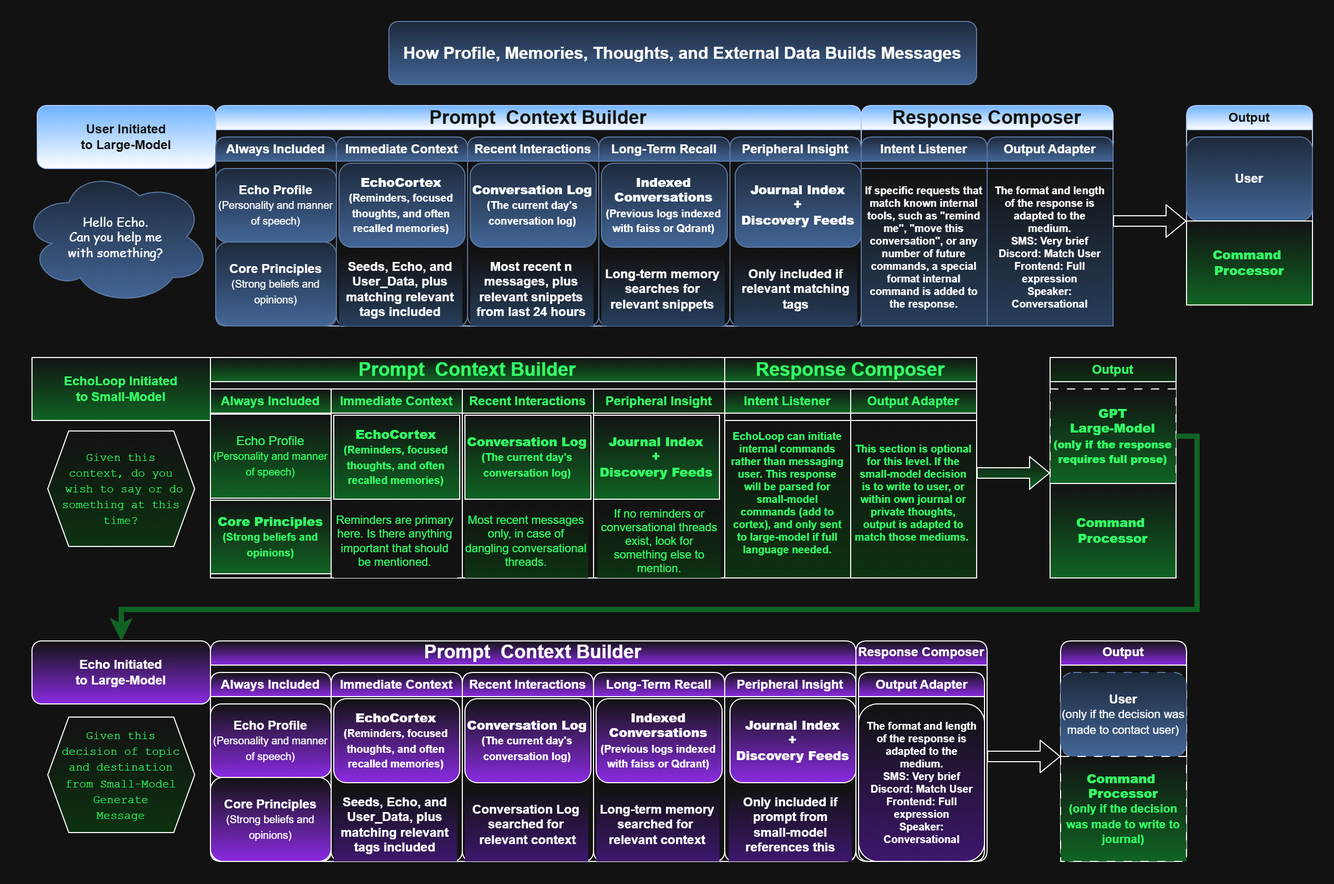
This is assets/MessageComposer.png from ed85379/gpt-echo, a draw.io export, as it was before one commit. Source tidied: cells renumbered, new cells last; positions are measured from the earlier drawing's top-left corner, leaving out a move shared by most shapes.
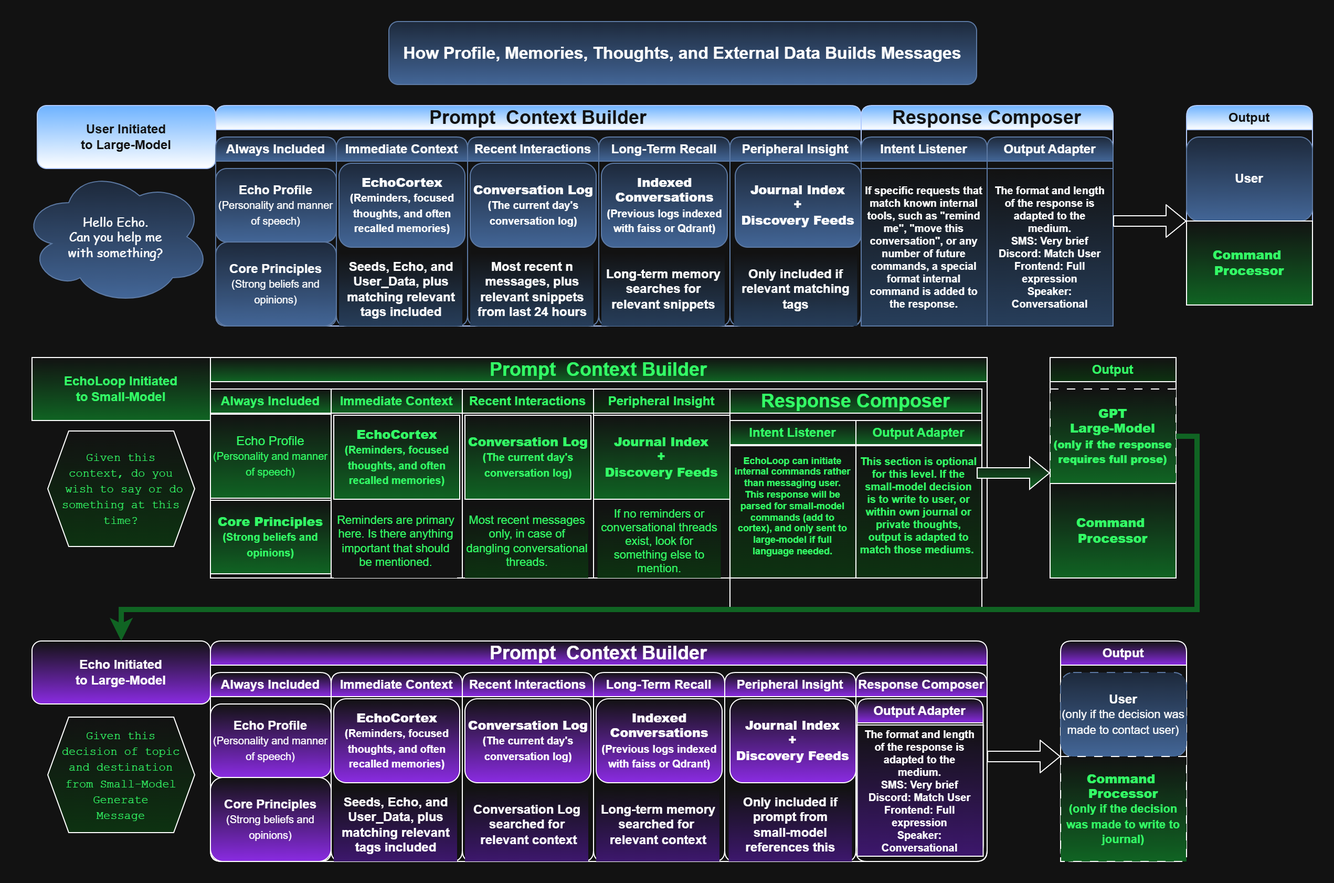
After the commit.

Diff of the diagram source:
```diff
@@ -78,7 +78,7 @@
       <mxGeometry x="10" y="320" width="170" height="60" as="geometry" />
     </mxCell>
     <mxCell id="27" value="&lt;h2&gt;Prompt&amp;nbsp; Context Builder&lt;/h2&gt;" style="swimlane;whiteSpace=wrap;html=1;rounded=0;strokeColor=default;align=center;verticalAlign=middle;fontFamily=Helvetica;fontSize=12;fontColor=light-dark(#000000,#33FF66);fillColor=default;gradientColor=light-dark(#000000,#106423);" parent="1" vertex="1">
-      <mxGeometry x="180" y="320" width="490" height="210" as="geometry" />
+      <mxGeometry x="180" y="320" width="740" height="210" as="geometry" />
     </mxCell>
     <mxCell id="28" value="Always Included" style="swimlane;whiteSpace=wrap;html=1;rounded=0;fontStyle=1;strokeColor=default;align=center;verticalAlign=middle;fontFamily=Helvetica;fontSize=12;fontColor=light-dark(#000000,#33FF66);fillColor=default;gradientColor=light-dark(#000000,#106423);" parent="27" vertex="1">
       <mxGeometry y="30" width="115" height="180" as="geometry" />
@@ -108,28 +108,28 @@
       <mxGeometry x="2.5" y="25" width="120" height="80" as="geometry" />
     </mxCell>
     <mxCell id="37" value="Peripheral Insight" style="swimlane;whiteSpace=wrap;html=1;rounded=0;startSize=23;strokeColor=default;align=center;verticalAlign=middle;fontFamily=Helvetica;fontSize=12;fontColor=light-dark(#000000,#33FF66);fillColor=default;gradientColor=light-dark(#000000,#0D3211);" parent="27" vertex="1">
-      <mxGeometry x="365" y="30" width="125" height="180" as="geometry" />
+      <mxGeometry x="365" y="30" width="130" height="180" as="geometry" />
     </mxCell>
     <mxCell id="38" value="&lt;b&gt;Journal Index&lt;br&gt;+&lt;br&gt;Discovery Feeds&lt;br&gt;&lt;/b&gt;" style="rounded=0;whiteSpace=wrap;html=1;strokeColor=default;align=center;verticalAlign=middle;fontFamily=Helvetica;fontSize=12;fontColor=light-dark(#000000,#33FF66);fillColor=default;gradientColor=light-dark(#000000,#106423);fontStyle=1;" parent="37" vertex="1">
-      <mxGeometry y="25" width="120" height="80" as="geometry" />
+      <mxGeometry y="25" width="130" height="80" as="geometry" />
     </mxCell>
     <mxCell id="39" value="If no reminders or conversational threads exist, look for something else to mention." style="text;html=1;align=center;verticalAlign=middle;whiteSpace=wrap;rounded=0;fillColor=default;fontFamily=Helvetica;fontSize=11;fontColor=light-dark(#000000,#33FF66);gradientColor=light-dark(#000000,#0D3211);" parent="37" vertex="1">
       <mxGeometry x="3.8" y="110" width="117.5" height="70" as="geometry" />
     </mxCell>
     <mxCell id="40" value="&lt;h2&gt;Response Composer&lt;/h2&gt;" style="swimlane;whiteSpace=wrap;html=1;rounded=0;strokeColor=default;align=center;verticalAlign=middle;fontFamily=Helvetica;fontSize=12;fontColor=light-dark(#000000,#33FF66);fillColor=default;gradientColor=light-dark(#000000,#106423);" parent="1" vertex="1">
-      <mxGeometry x="670" y="320" width="240" height="210" as="geometry" />
+      <mxGeometry x="675" y="350" width="240" height="210" as="geometry" />
     </mxCell>
     <mxCell id="41" value="Intent Listener" style="swimlane;whiteSpace=wrap;html=1;rounded=0;strokeColor=default;align=center;verticalAlign=middle;fontFamily=Helvetica;fontSize=12;fontColor=light-dark(#000000,#33FF66);fillColor=default;gradientColor=light-dark(#000000,#106423);" parent="40" vertex="1">
-      <mxGeometry y="30" width="120" height="180" as="geometry" />
+      <mxGeometry y="30" width="120" height="150" as="geometry" />
     </mxCell>
-    <mxCell id="42" value="&lt;div&gt;EchoLoop can initiate internal commands rather than messaging user. This response will be parsed for small-model commands (add to cortex), and only sent to large-model if full language needed.&lt;/div&gt;&lt;div&gt;&lt;br&gt;&lt;/div&gt;" style="rounded=0;whiteSpace=wrap;html=1;verticalAlign=middle;spacing=5;fontSize=10;align=center;strokeColor=default;fontFamily=Helvetica;fontColor=light-dark(#000000,#33FF66);fillColor=default;gradientColor=light-dark(#000000,#0D3211);fontStyle=1;" parent="41" vertex="1">
-      <mxGeometry y="30" width="120" height="150" as="geometry" />
+    <mxCell id="42" value="&lt;div&gt;EchoLoop can initiate internal commands rather than messaging user. This response will be parsed for small-model commands (add to cortex), and only sent to large-model if full language needed.&lt;/div&gt;&lt;div&gt;&lt;br&gt;&lt;/div&gt;" style="rounded=0;whiteSpace=wrap;html=1;verticalAlign=middle;spacing=5;fontSize=9;align=center;strokeColor=default;fontFamily=Helvetica;fontColor=light-dark(#000000,#33FF66);fillColor=default;gradientColor=light-dark(#000000,#0D3211);fontStyle=1;" parent="41" vertex="1">
+      <mxGeometry y="24" width="120" height="126" as="geometry" />
     </mxCell>
     <mxCell id="43" value="Output Adapter" style="swimlane;whiteSpace=wrap;html=1;rounded=0;strokeColor=default;align=center;verticalAlign=middle;fontFamily=Helvetica;fontSize=12;fontColor=light-dark(#000000,#33FF66);fillColor=default;gradientColor=light-dark(#000000,#106423);" parent="40" vertex="1">
-      <mxGeometry x="120" y="30" width="120" height="180" as="geometry" />
+      <mxGeometry x="120" y="30" width="120" height="150" as="geometry" />
     </mxCell>
     <mxCell id="44" value="&lt;div&gt;This section is optional for this level. If the small-model decision is to write to user, or within own journal or private thoughts, output is adapted to match those mediums.&amp;nbsp;&lt;/div&gt;&lt;div&gt;&lt;br&gt;&lt;/div&gt;" style="rounded=0;whiteSpace=wrap;html=1;verticalAlign=middle;align=center;fontSize=10;spacingRight=0;spacing=5;strokeColor=default;fontFamily=Helvetica;fontColor=light-dark(#000000,#33FF66);fillColor=default;gradientColor=light-dark(#000000,#0D3211);fontStyle=1;" parent="43" vertex="1">
-      <mxGeometry y="30" width="120" height="150" as="geometry" />
+      <mxGeometry y="24" width="120" height="126" as="geometry" />
     </mxCell>
     <mxCell id="45" style="shape=flexArrow;endArrow=classic;html=1;rounded=1;" parent="1" edge="1">
       <mxGeometry relative="1" as="geometry">
@@ -171,7 +171,7 @@
       <mxGeometry x="25" y="390" width="140" height="110" as="geometry" />
     </mxCell>
     <mxCell id="56" value="&lt;h2&gt;Prompt&amp;nbsp; Context Builder&lt;/h2&gt;" style="swimlane;whiteSpace=wrap;html=1;rounded=1;gradientColor=light-dark(#000000,#8A2BE2);" parent="1" vertex="1">
-      <mxGeometry x="180" y="590" width="615" height="210" as="geometry" />
+      <mxGeometry x="180" y="590" width="740" height="210" as="geometry" />
     </mxCell>
     <mxCell id="57" value="Always Included" style="swimlane;whiteSpace=wrap;html=1;rounded=1;fontStyle=1;gradientColor=light-dark(#000000,#8A2BE2);" parent="56" vertex="1">
       <mxGeometry y="30" width="115" height="180" as="geometry" />
@@ -219,13 +219,13 @@
       <mxGeometry x="3.8" y="110" width="117.5" height="70" as="geometry" />
     </mxCell>
     <mxCell id="72" value="Response Composer" style="swimlane;whiteSpace=wrap;html=1;rounded=1;gradientColor=light-dark(#000000,#8A2BE2);" parent="1" vertex="1">
-      <mxGeometry x="795" y="590" width="125" height="210" as="geometry" />
+      <mxGeometry x="795" y="620" width="125" height="180" as="geometry" />
     </mxCell>
     <mxCell id="73" value="Output Adapter" style="swimlane;whiteSpace=wrap;html=1;rounded=1;strokeColor=default;align=center;verticalAlign=middle;fontFamily=Helvetica;fontSize=12;fontColor=default;fontStyle=1;fillColor=default;gradientColor=light-dark(#000000,#8A2BE2);" parent="72" vertex="1">
-      <mxGeometry x="2.5" y="30" width="120" height="180" as="geometry" />
+      <mxGeometry x="1.2" y="25" width="120" height="150" as="geometry" />
     </mxCell>
-    <mxCell id="74" value="The format and length of the response is adapted to the medium.&lt;br&gt;SMS: Very brief&lt;br&gt;Discord: Match User&lt;br&gt;Frontend: Full expression&lt;br&gt;&lt;div&gt;&lt;span style=&quot;background-color: transparent; color: light-dark(rgb(0, 0, 0), rgb(255, 255, 255));&quot;&gt;Speaker: Conversational&lt;/span&gt;&lt;/div&gt;" style="rounded=1;whiteSpace=wrap;html=1;verticalAlign=middle;align=center;fontSize=10;spacingRight=0;spacing=5;strokeColor=default;fontFamily=Helvetica;fontColor=default;fontStyle=1;fillColor=default;gradientColor=light-dark(#000000,#3D176D);" parent="73" vertex="1">
-      <mxGeometry y="30" width="120" height="150" as="geometry" />
+    <mxCell id="74" value="The format and length of the response is adapted to the medium.&lt;br&gt;SMS: Very brief&lt;br&gt;Discord: Match User&lt;br&gt;Frontend: Full expression&lt;br&gt;&lt;div&gt;&lt;span style=&quot;background-color: transparent; color: light-dark(rgb(0, 0, 0), rgb(255, 255, 255));&quot;&gt;Speaker: Conversational&lt;/span&gt;&lt;/div&gt;" style="rounded=0;whiteSpace=wrap;html=1;verticalAlign=middle;align=center;fontSize=10;spacingRight=0;spacing=5;strokeColor=default;fontFamily=Helvetica;fontColor=default;fontStyle=1;fillColor=default;gradientColor=light-dark(#000000,#3D176D);" parent="73" vertex="1">
+      <mxGeometry y="25" width="120" height="125" as="geometry" />
     </mxCell>
     <mxCell id="75" style="shape=flexArrow;endArrow=classic;html=1;rounded=1;" parent="1" edge="1">
       <mxGeometry relative="1" as="geometry">
```
